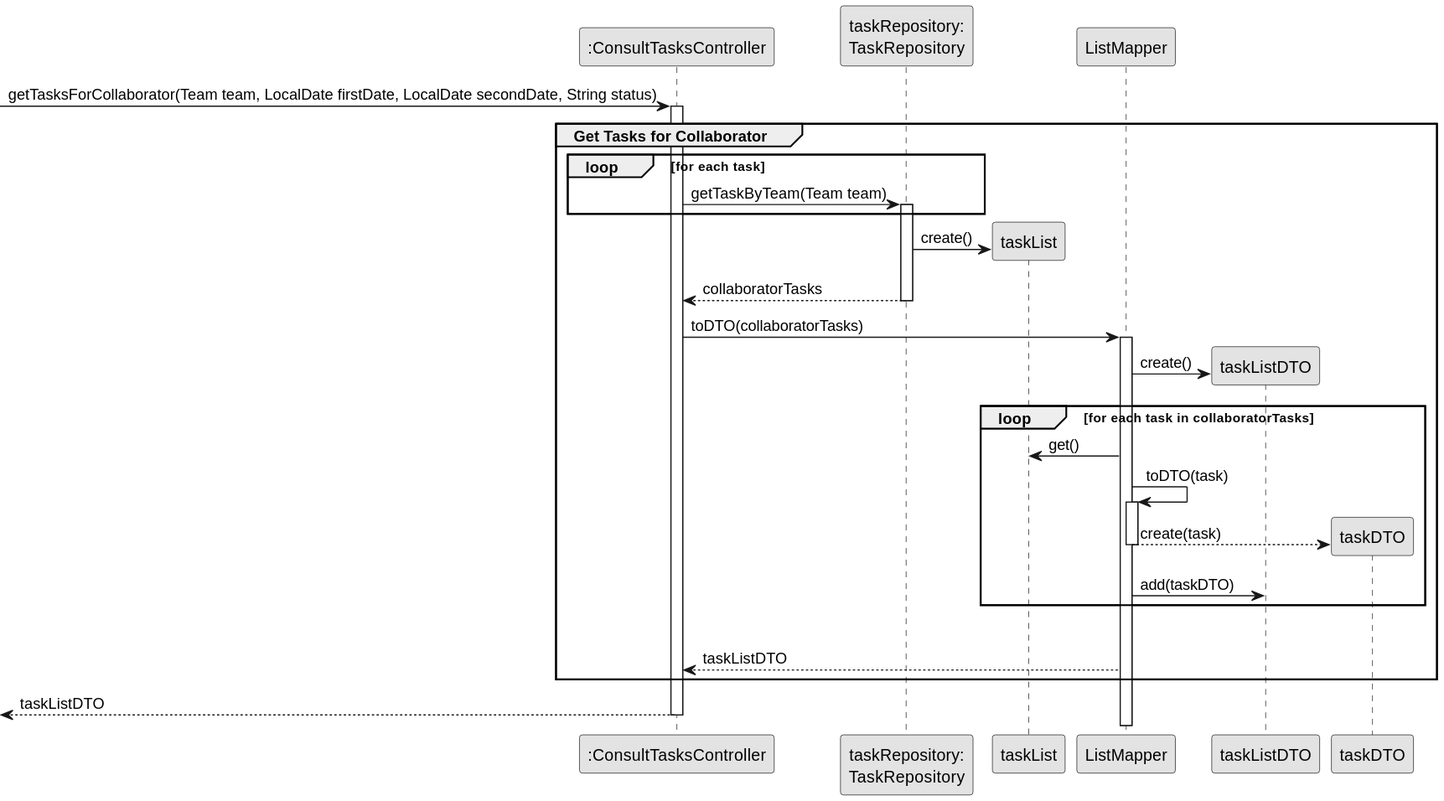
tiagosoa/lei-24-s2-1dgh-g073 keeps this PlantUML diagram as docs/sprint3/us028/03.design/svg/us028-sequence-diagram-partial-get-tasks.svg. Above is the earlier version.
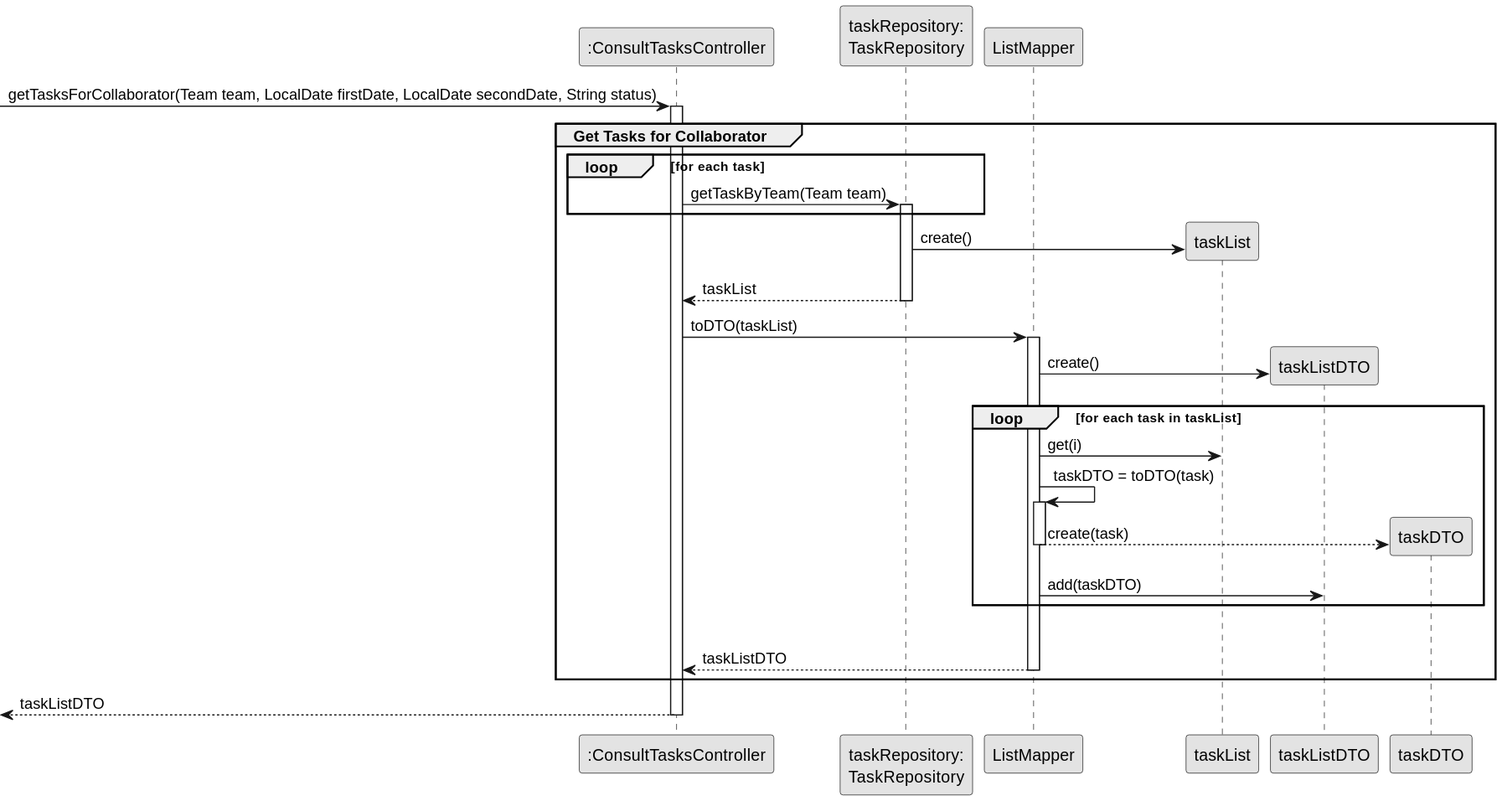
The same diagram one commit later.

Commit message:
Fixes to DTO diagram

The edit, as a diff of the source:
```diff
@@ -7,8 +7,8 @@
 
 participant ":ConsultTasksController" as CTRL
 participant "taskRepository:\nTaskRepository" as TAR
+participant "ListMapper" as LM
 participant "taskList" as TL
-participant "ListMapper" as LM
 participant "taskListDTO" as TLDTO
 participant "taskDTO" as TDTO
 
@@ -24,19 +24,19 @@
 
                      TAR -> TL**: create()
 
-                     TAR --> CTRL: collaboratorTasks
+                     TAR --> CTRL: taskList
                      deactivate TAR
 
-                     CTRL -> LM: toDTO(collaboratorTasks)
+                     CTRL -> LM: toDTO(taskList)
                      activate LM
 
                      LM -> TLDTO**: create()
 
-                     loop for each task in collaboratorTasks
+                     loop for each task in taskList
 
-                     LM -> TL: get()
+                     LM -> TL: get(i)
 
-                     LM -> LM: toDTO(task)
+                     LM -> LM: taskDTO = toDTO(task)
                      activate LM
 
                      LM --> TDTO**: create(task)
@@ -50,6 +50,7 @@
                      |||
 
                          LM --> CTRL : taskListDTO
+                         deactivate LM
 
 
     end
```
